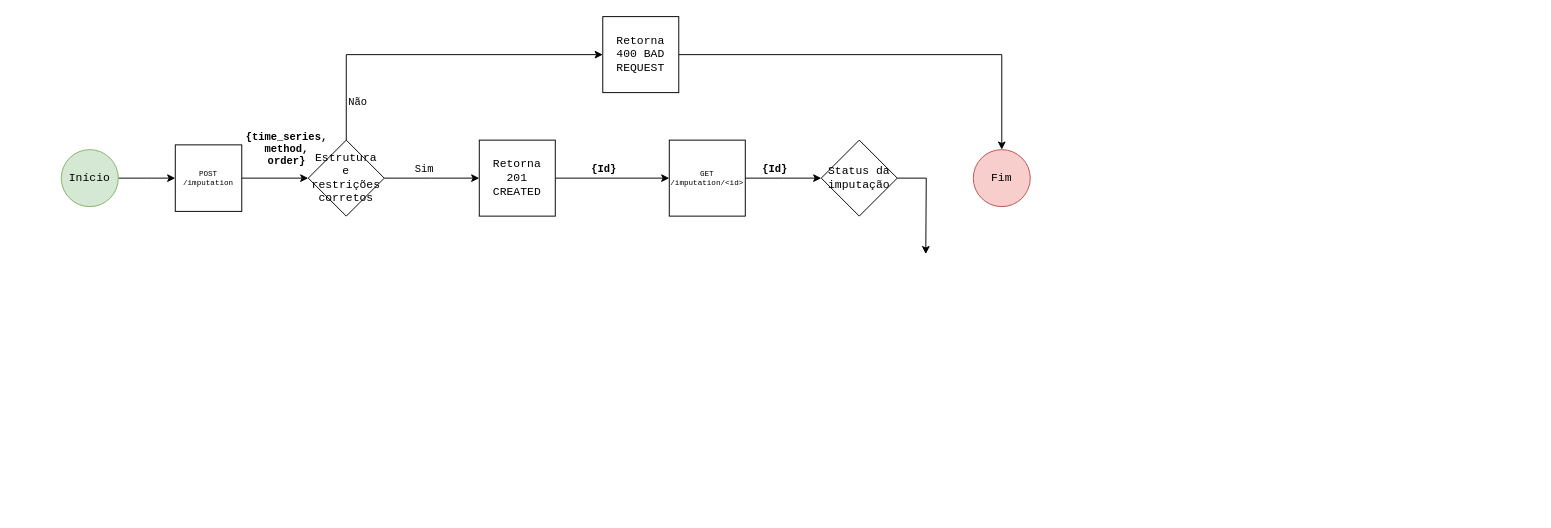
Above: images/Diagrama sem nome.drawio in j-abreu/imputation-web-service (draw.io), before the change. Source tidied: cells renumbered, new cells numbered last; positions are measured from the earlier drawing's top-left corner, leaving out a move shared by most shapes. Both pictures are drawn from the tidied source at 95%, with x=0, y=0 at pixel (61, 16).
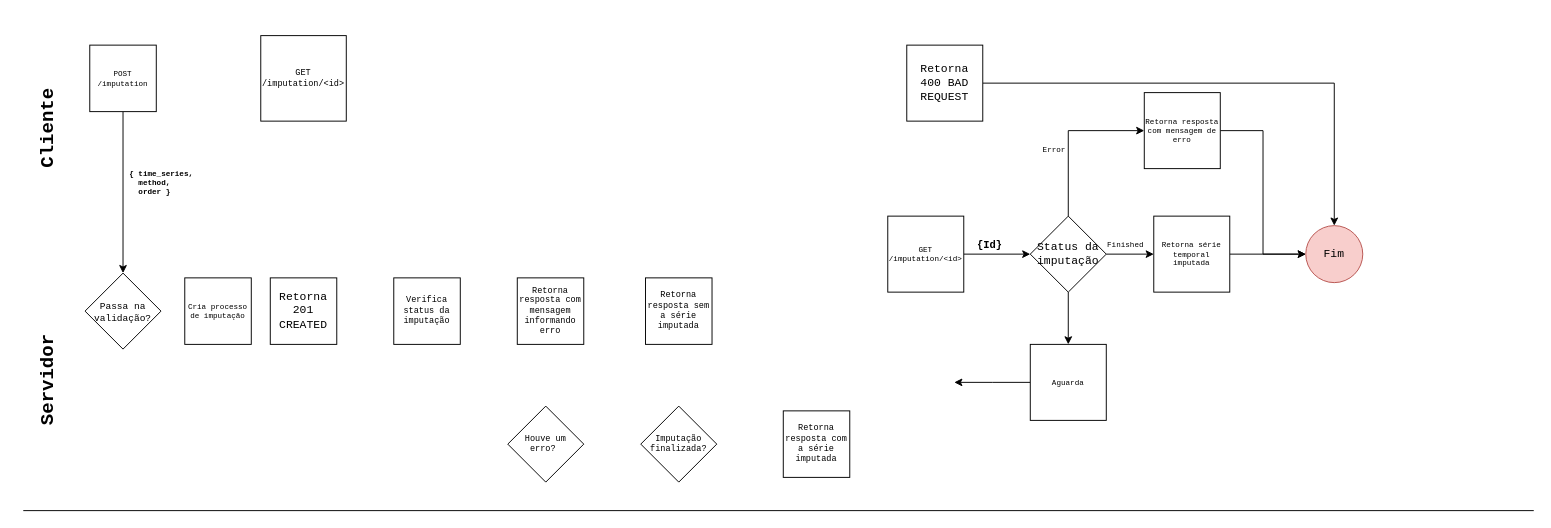
Above is the later version.

Change to the diagram source:
```diff
@@
-    <mxCell id="2" style="edgeStyle=orthogonalEdgeStyle;rounded=0;jettySize=auto;html=1;fontFamily=Courier New;" parent="1" edge="1" source="3">
-      <mxGeometry relative="1" as="geometry">
-        <mxPoint x="120" y="170" as="targetPoint" />
-      </mxGeometry>
-    </mxCell>
-    <mxCell id="3" value="Início" style="ellipse;whiteSpace=wrap;html=1;fillColor=#d5e8d4;strokeColor=#82b366;fontFamily=Courier New;" parent="1" vertex="1">
-      <mxGeometry y="140" width="60" height="60" as="geometry" />
-    </mxCell>
-    <mxCell id="4" style="edgeStyle=orthogonalEdgeStyle;rounded=0;jettySize=auto;html=1;exitX=1;exitY=0.5;exitDx=0;exitDy=0;fontFamily=Courier New;" parent="1" edge="1" source="8">
-      <mxGeometry relative="1" as="geometry">
-        <mxPoint x="440" y="170" as="targetPoint" />
-      </mxGeometry>
-    </mxCell>
-    <mxCell id="5" value="Sim" style="edgeLabel;html=1;align=center;verticalAlign=middle;fontFamily=Courier New;" parent="4" vertex="1">
-      <mxGeometry x="-0.18" y="1" relative="1" as="geometry">
-        <mxPoint y="-9" as="offset" />
-      </mxGeometry>
-    </mxCell>
-    <mxCell id="6" style="edgeStyle=orthogonalEdgeStyle;rounded=0;jettySize=auto;html=1;exitX=0.5;exitY=0;exitDx=0;exitDy=0;entryX=0;entryY=0.5;entryDx=0;entryDy=0;fontFamily=Courier New;" parent="1" edge="1" source="8" target="11">
-      <mxGeometry relative="1" as="geometry" />
-    </mxCell>
-    <mxCell id="7" value="Não" style="edgeLabel;html=1;align=center;verticalAlign=middle;labelBackgroundColor=none;fontFamily=Courier New;" parent="6" vertex="1">
-      <mxGeometry x="-0.17" y="2" relative="1" as="geometry">
-        <mxPoint x="-48" y="52" as="offset" />
-      </mxGeometry>
-    </mxCell>
-    <mxCell id="8" value="Estrutura e restrições corretos" style="rhombus;whiteSpace=wrap;html=1;fontFamily=Courier New;" parent="1" vertex="1">
-      <mxGeometry x="260" y="130" width="80" height="80" as="geometry" />
-    </mxCell>
     <mxCell id="9" value="Fim" style="ellipse;whiteSpace=wrap;html=1;fillColor=#f8cecc;strokeColor=#b85450;fontFamily=Courier New;" parent="1" vertex="1">
-      <mxGeometry x="960" y="140" width="60" height="60" as="geometry" />
+      <mxGeometry x="1310" y="220" width="60" height="60" as="geometry" />
     </mxCell>
@@
     <mxCell id="11" value="Retorna&lt;br&gt;400 BAD REQUEST" style="whiteSpace=wrap;html=1;labelBackgroundColor=none;fontFamily=Courier New;" parent="1" vertex="1">
-      <mxGeometry x="570" width="80" height="80" as="geometry" />
+      <mxGeometry x="890" y="30" width="80" height="80" as="geometry" />
     </mxCell>
-    <mxCell id="12" style="edgeStyle=orthogonalEdgeStyle;rounded=0;jettySize=auto;html=1;fontFamily=Courier New;" parent="1" edge="1" source="14" target="17">
-      <mxGeometry relative="1" as="geometry" />
-    </mxCell>
-    <mxCell id="13" value="{Id}" style="edgeLabel;html=1;align=center;verticalAlign=middle;fontFamily=Courier New;fontStyle=1;" parent="12" vertex="1">
-      <mxGeometry x="-0.17" relative="1" as="geometry">
-        <mxPoint y="-10" as="offset" />
-      </mxGeometry>
-    </mxCell>
     <mxCell id="14" value="Retorna 201 CREATED" style="whiteSpace=wrap;html=1;labelBackgroundColor=none;fontFamily=Courier New;" parent="1" vertex="1">
-      <mxGeometry x="440" y="130" width="80" height="80" as="geometry" />
+      <mxGeometry x="220" y="275" width="70" height="70" as="geometry" />
     </mxCell>
-    <mxCell id="15" style="edgeStyle=orthogonalEdgeStyle;rounded=0;jettySize=auto;html=1;fontFamily=Courier New;" parent="1" edge="1" source="17">
-      <mxGeometry relative="1" as="geometry">
-        <mxPoint x="800" y="170" as="targetPoint" />
-      </mxGeometry>
+    <mxCell id="15" style="edgeStyle=orthogonalEdgeStyle;rounded=0;jettySize=auto;html=1;fontFamily=Courier New;entryX=0;entryY=0.5;entryDx=0;entryDy=0;" parent="1" edge="1" source="17" target="20">
+      <mxGeometry relative="1" as="geometry" />
     </mxCell>
@@
     <mxCell id="17" value="GET /imputation/&amp;lt;id&amp;gt;" style="whiteSpace=wrap;html=1;labelBackgroundColor=none;fontFamily=Courier New;fontSize=8;" parent="1" vertex="1">
-      <mxGeometry x="640" y="130" width="80" height="80" as="geometry" />
+      <mxGeometry x="870" y="210" width="80" height="80" as="geometry" />
     </mxCell>
-    <mxCell id="18" value="{time_series,&lt;br&gt;method,&lt;br&gt;order}" style="edgeLabel;html=1;align=center;verticalAlign=middle;fontFamily=Courier New;fontStyle=1;labelBackgroundColor=none;" parent="1" vertex="1">
-      <mxGeometry x="610" y="150" as="geometry">
-        <mxPoint x="-374" y="-11" as="offset" />
-      </mxGeometry>
-    </mxCell>
-    <mxCell id="19" style="edgeStyle=orthogonalEdgeStyle;rounded=0;jettySize=auto;html=1;fontFamily=Courier New;" parent="1" edge="1" source="20">
-      <mxGeometry relative="1" as="geometry">
-        <mxPoint x="910" y="250" as="targetPoint" />
-      </mxGeometry>
+    <mxCell id="19" style="edgeStyle=orthogonalEdgeStyle;rounded=0;jettySize=auto;html=1;fontFamily=Courier New;entryX=0;entryY=0.5;entryDx=0;entryDy=0;" parent="1" edge="1" source="20" target="30">
+      <mxGeometry relative="1" as="geometry" />
     </mxCell>
+    <mxCell id="23" style="edgeStyle=orthogonalEdgeStyle;rounded=0;jettySize=auto;html=1;exitX=0.5;exitY=0;exitDx=0;exitDy=0;fontFamily=Courier New;fontSize=8;entryX=0;entryY=0.5;entryDx=0;entryDy=0;" parent="1" edge="1" source="20" target="28">
+      <mxGeometry relative="1" as="geometry" />
+    </mxCell>
+    <mxCell id="24" style="edgeStyle=orthogonalEdgeStyle;rounded=0;jettySize=auto;html=1;fontFamily=Courier New;fontSize=8;entryX=0.5;entryY=0;entryDx=0;entryDy=0;" parent="1" edge="1" source="20" target="33">
+      <mxGeometry relative="1" as="geometry" />
+    </mxCell>
     <mxCell id="20" value="Status da imputação" style="rhombus;whiteSpace=wrap;html=1;labelBackgroundColor=none;fontFamily=Courier New;" parent="1" vertex="1">
-      <mxGeometry x="800" y="130" width="80" height="80" as="geometry" />
+      <mxGeometry x="1020" y="210" width="80" height="80" as="geometry" />
     </mxCell>
-    <mxCell id="21" style="edgeStyle=orthogonalEdgeStyle;rounded=0;jettySize=auto;html=1;entryX=0;entryY=0.5;entryDx=0;entryDy=0;fontFamily=Courier New;fontSize=8;" parent="1" edge="1" source="22" target="8">
-      <mxGeometry relative="1" as="geometry" />
-    </mxCell>
+    <mxCell id="25" style="edgeStyle=orthogonalEdgeStyle;rounded=0;jettySize=auto;html=1;fontFamily=Courier New;fontSize=8;" parent="1" edge="1" source="22" target="36">
+      <mxGeometry relative="1" as="geometry" />
+    </mxCell>
     <mxCell id="22" value="POST /imputation" style="whiteSpace=wrap;html=1;labelBackgroundColor=none;fontFamily=Courier New;fontSize=8;" parent="1" vertex="1">
-      <mxGeometry x="120" y="135" width="70" height="70" as="geometry" />
+      <mxGeometry x="30" y="30" width="70" height="70" as="geometry" />
     </mxCell>
+    <mxCell id="26" value="Error" style="text;html=1;align=center;verticalAlign=middle;strokeColor=none;fillColor=none;fontSize=8;fontFamily=Courier New;" parent="1" vertex="1">
+      <mxGeometry x="1020" y="130" width="50" height="20" as="geometry" />
+    </mxCell>
+    <mxCell id="27" style="edgeStyle=orthogonalEdgeStyle;rounded=0;jettySize=auto;html=1;entryX=0;entryY=0.5;entryDx=0;entryDy=0;fontFamily=Courier New;fontSize=8;" parent="1" edge="1" source="28" target="9">
+      <mxGeometry relative="1" as="geometry" />
+    </mxCell>
+    <mxCell id="28" value="Retorna resposta com mensagem de erro" style="whiteSpace=wrap;html=1;labelBackgroundColor=none;fontFamily=Courier New;fontSize=8;" parent="1" vertex="1">
+      <mxGeometry x="1140" y="80" width="80" height="80" as="geometry" />
+    </mxCell>
+    <mxCell id="29" style="edgeStyle=orthogonalEdgeStyle;rounded=0;jettySize=auto;html=1;fontFamily=Courier New;fontSize=8;" parent="1" edge="1" source="30" target="9">
+      <mxGeometry relative="1" as="geometry" />
+    </mxCell>
+    <mxCell id="30" value="Retorna série temporal imputada" style="whiteSpace=wrap;html=1;labelBackgroundColor=none;fontFamily=Courier New;fontSize=8;" parent="1" vertex="1">
+      <mxGeometry x="1150" y="210" width="80" height="80" as="geometry" />
+    </mxCell>
+    <mxCell id="31" value="Finished" style="text;html=1;align=center;verticalAlign=middle;strokeColor=none;fillColor=none;fontSize=8;fontFamily=Courier New;" parent="1" vertex="1">
+      <mxGeometry x="1090" y="230" width="60" height="20" as="geometry" />
+    </mxCell>
+    <mxCell id="32" style="edgeStyle=orthogonalEdgeStyle;rounded=0;jettySize=auto;html=1;fontFamily=Courier New;fontSize=8;" parent="1" edge="1" source="33">
+      <mxGeometry relative="1" as="geometry">
+        <mxPoint x="940" y="385" as="targetPoint" />
+      </mxGeometry>
+    </mxCell>
+    <mxCell id="33" value="Aguarda" style="whiteSpace=wrap;html=1;labelBackgroundColor=none;fontFamily=Courier New;fontSize=8;" parent="1" vertex="1">
+      <mxGeometry x="1020" y="345" width="80" height="80" as="geometry" />
+    </mxCell>
+    <mxCell id="34" value="Cliente" style="text;html=1;strokeColor=none;fillColor=none;align=center;verticalAlign=middle;whiteSpace=wrap;rounded=0;labelBackgroundColor=none;fontFamily=Courier New;fontSize=20;rotation=-90;fontStyle=1;" parent="1" vertex="1">
+      <mxGeometry x="-80" y="85" width="130" height="65" as="geometry" />
+    </mxCell>
+    <mxCell id="35" value="Servidor" style="text;html=1;strokeColor=none;fillColor=none;align=center;verticalAlign=middle;whiteSpace=wrap;rounded=0;labelBackgroundColor=none;fontFamily=Courier New;fontSize=20;rotation=-90;fontStyle=1;" parent="1" vertex="1">
+      <mxGeometry x="-80" y="350" width="130" height="65" as="geometry" />
+    </mxCell>
+    <mxCell id="36" value="&lt;p style=&quot;line-height: 50%;&quot;&gt;&lt;font size=&quot;1&quot;&gt;Passa na validação?&lt;/font&gt;&lt;/p&gt;" style="rhombus;whiteSpace=wrap;html=1;labelBackgroundColor=none;fontFamily=Courier New;fontSize=20;fillColor=default;verticalAlign=middle;labelPosition=center;verticalLabelPosition=middle;align=center;spacing=0;" parent="1" vertex="1">
+      <mxGeometry x="25" y="270" width="80" height="80" as="geometry" />
+    </mxCell>
+    <mxCell id="37" value="{ time_series,&lt;br&gt;&amp;nbsp; method,&lt;br&gt;&amp;nbsp; order&amp;nbsp;&lt;span style=&quot;background-color: initial;&quot;&gt;}&lt;/span&gt;" style="text;html=1;strokeColor=none;fillColor=none;align=left;verticalAlign=middle;whiteSpace=wrap;rounded=0;labelBackgroundColor=none;fontFamily=Courier New;fontSize=8;fontStyle=1;" parent="1" vertex="1">
+      <mxGeometry x="70" y="160" width="90" height="30" as="geometry" />
+    </mxCell>
+    <mxCell id="38" value="Cria processo de imputação" style="whiteSpace=wrap;html=1;labelBackgroundColor=none;fontFamily=Courier New;fontSize=8;fillColor=default;" parent="1" vertex="1">
+      <mxGeometry x="130" y="275" width="70" height="70" as="geometry" />
+    </mxCell>
+    <mxCell id="39" value="&lt;font style=&quot;font-size: 9px;&quot;&gt;GET /imputation/&amp;lt;id&amp;gt;&lt;/font&gt;" style="whiteSpace=wrap;html=1;labelBackgroundColor=none;fontFamily=Courier New;fontSize=8;fillColor=default;" parent="1" vertex="1">
+      <mxGeometry x="210" y="20" width="90" height="90" as="geometry" />
+    </mxCell>
+    <mxCell id="40" value="&lt;font style=&quot;font-size: 9px;&quot;&gt;Verifica status da imputação&lt;/font&gt;" style="whiteSpace=wrap;html=1;labelBackgroundColor=none;fontFamily=Courier New;fontSize=8;fillColor=default;" parent="1" vertex="1">
+      <mxGeometry x="350" y="275" width="70" height="70" as="geometry" />
+    </mxCell>
+    <mxCell id="41" style="endArrow=none;html=1;rounded=0;fontFamily=Courier New;fontSize=8;exitX=0;exitY=0.5;exitDx=0;exitDy=0;entryX=1;entryY=0.5;entryDx=0;entryDy=0;" parent="1" edge="1">
+      <mxGeometry relative="1" as="geometry">
+        <mxPoint x="-40" y="520" as="sourcePoint" />
+        <mxPoint x="1550" y="520" as="targetPoint" />
+      </mxGeometry>
+    </mxCell>
+    <mxCell id="42" value="Houve um erro?&amp;nbsp;" style="rhombus;whiteSpace=wrap;html=1;labelBackgroundColor=none;fontFamily=Courier New;fontSize=9;fillColor=default;" parent="1" vertex="1">
+      <mxGeometry x="470" y="410" width="80" height="80" as="geometry" />
+    </mxCell>
+    <mxCell id="43" value="Imputação finalizada?" style="rhombus;whiteSpace=wrap;html=1;labelBackgroundColor=none;fontFamily=Courier New;fontSize=9;fillColor=default;" parent="1" vertex="1">
+      <mxGeometry x="610" y="410" width="80" height="80" as="geometry" />
+    </mxCell>
+    <mxCell id="44" value="Retorna resposta com mensagem informando erro" style="whiteSpace=wrap;html=1;labelBackgroundColor=none;fontFamily=Courier New;fontSize=9;fillColor=default;" parent="1" vertex="1">
+      <mxGeometry x="480" y="275" width="70" height="70" as="geometry" />
+    </mxCell>
+    <mxCell id="45" value="Retorna resposta sem a série imputada" style="whiteSpace=wrap;html=1;labelBackgroundColor=none;fontFamily=Courier New;fontSize=9;fillColor=default;" parent="1" vertex="1">
+      <mxGeometry x="615" y="275" width="70" height="70" as="geometry" />
+    </mxCell>
+    <mxCell id="46" value="Retorna resposta com a série imputada" style="whiteSpace=wrap;html=1;labelBackgroundColor=none;fontFamily=Courier New;fontSize=9;fillColor=default;" parent="1" vertex="1">
+      <mxGeometry x="760" y="415" width="70" height="70" as="geometry" />
+    </mxCell>
```
